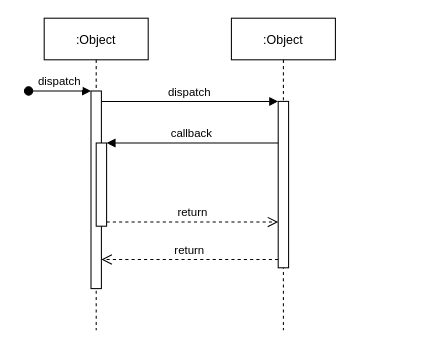
tongtongtongtong/lucifer2 keeps this draw.io diagram as Untitled Diagram.drawio. Above is the earlier version. Source tidied: cells renumbered, new cells numbered last; positions are measured from the earlier drawing's top-left corner, leaving out a move shared by most shapes. Both pictures are drawn from the tidied source at 104%, with x=0, y=0 at pixel (28, 18).
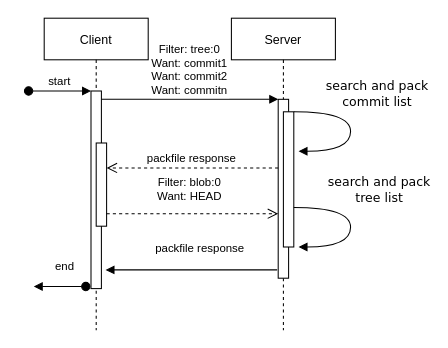
The same page after the edit.

The change refers to these unchanged cells:
```xml
<mxCell id="3" style="points=[];perimeter=orthogonalPerimeter;rounded=0;shadow=0;strokeWidth=1;" parent="2" vertex="1">
  <mxGeometry x="45" y="70" width="10" height="190" as="geometry" />
</mxCell>
<mxCell id="5" style="points=[];perimeter=orthogonalPerimeter;rounded=0;shadow=0;strokeWidth=1;" parent="2" vertex="1">
  <mxGeometry x="50" y="120" width="10" height="80" as="geometry" />
</mxCell>
```

What changed in the source:
```diff
@@
-    <mxCell id="2" value=":Object" style="shape=umlLifeline;perimeter=lifelinePerimeter;rounded=0;shadow=0;strokeWidth=1;" parent="1" vertex="1">
+    <mxCell id="2" value="Client" style="shape=umlLifeline;perimeter=lifelinePerimeter;rounded=0;shadow=0;strokeWidth=1;" parent="1" vertex="1">
       <mxGeometry x="15" width="100" height="300" as="geometry" />
     </mxCell>
@@
-    <mxCell id="4" value="dispatch" style="verticalAlign=bottom;startArrow=oval;endArrow=block;startSize=8;shadow=0;strokeWidth=1;" parent="2" edge="1" target="3">
+    <mxCell id="4" value="start" style="verticalAlign=bottom;startArrow=oval;endArrow=block;startSize=8;shadow=0;strokeWidth=1;" parent="2" edge="1" target="3">
       <mxGeometry relative="1" as="geometry">
         <mxPoint x="-15" y="70" as="sourcePoint" />
       </mxGeometry>
     </mxCell>
@@
-    <mxCell id="6" value=":Object" style="shape=umlLifeline;perimeter=lifelinePerimeter;rounded=0;shadow=0;strokeWidth=1;" parent="1" vertex="1">
+    <mxCell id="6" value="Server" style="shape=umlLifeline;perimeter=lifelinePerimeter;rounded=0;shadow=0;strokeWidth=1;" parent="1" vertex="1">
       <mxGeometry x="195" width="100" height="300" as="geometry" />
     </mxCell>
     <mxCell id="7" style="points=[];perimeter=orthogonalPerimeter;rounded=0;shadow=0;strokeWidth=1;" parent="6" vertex="1">
-      <mxGeometry x="45" y="80" width="10" height="160" as="geometry" />
+      <mxGeometry x="45" y="78" width="10" height="172" as="geometry" />
     </mxCell>
-    <mxCell id="8" value="return" style="verticalAlign=bottom;endArrow=open;dashed=1;endSize=8;exitX=0;exitY=0.95;shadow=0;strokeWidth=1;" parent="1" edge="1" source="7" target="3">
-      <mxGeometry relative="1" as="geometry" />
+    <mxCell id="8" value="packfile response" style="verticalAlign=bottom;endArrow=open;dashed=1;endSize=8;shadow=0;strokeWidth=1;" parent="1" edge="1">
+      <mxGeometry relative="1" as="geometry">
+        <mxPoint x="240" y="144" as="sourcePoint" />
+        <mxPoint x="75" y="144" as="targetPoint" />
+        <Array as="points">
+          <mxPoint x="205" y="144" />
+        </Array>
+      </mxGeometry>
     </mxCell>
-    <mxCell id="9" value="dispatch" style="verticalAlign=bottom;endArrow=block;entryX=0;entryY=0;shadow=0;strokeWidth=1;" parent="1" edge="1" source="3" target="7">
+    <mxCell id="9" value="Filter: tree:0&#10;Want: commit1&#10;Want: commit2&#10;Want: commitn" style="verticalAlign=bottom;endArrow=block;entryX=0;entryY=0;shadow=0;strokeWidth=1;" parent="1" edge="1" source="3" target="7">
       <mxGeometry relative="1" as="geometry" />
     </mxCell>
-    <mxCell id="10" value="callback" style="verticalAlign=bottom;endArrow=block;entryX=1;entryY=0;shadow=0;strokeWidth=1;" parent="1" edge="1" source="7" target="5">
-      <mxGeometry relative="1" as="geometry" />
-    </mxCell>
-    <mxCell id="11" value="return" style="verticalAlign=bottom;endArrow=open;dashed=1;endSize=8;exitX=1;exitY=0.95;shadow=0;strokeWidth=1;" parent="1" edge="1" source="5" target="7">
-      <mxGeometry relative="1" as="geometry" />
+    <mxCell id="11" value="Filter: blob:0&#10;Want: HEAD" style="verticalAlign=bottom;endArrow=open;dashed=1;endSize=8;exitX=1;exitY=0.95;shadow=0;strokeWidth=1;" parent="1" edge="1">
+      <mxGeometry x="-0.03" y="8" relative="1" as="geometry">
+        <mxPoint x="75" y="188" as="sourcePoint" />
+        <mxPoint x="240" y="188" as="targetPoint" />
+        <Array as="points">
+          <mxPoint x="145" y="188" />
+        </Array>
+      </mxGeometry>
     </mxCell>
+    <mxCell id="12" value="packfile response" style="verticalAlign=bottom;endArrow=block;entryX=1;entryY=0;shadow=0;strokeWidth=1;" parent="1" edge="1">
+      <mxGeometry x="-0.1" y="-12" relative="1" as="geometry">
+        <mxPoint x="239" y="242" as="sourcePoint" />
+        <mxPoint x="74" y="242" as="targetPoint" />
+        <Array as="points">
+          <mxPoint x="154" y="242" />
+        </Array>
+      </mxGeometry>
+    </mxCell>
+    <mxCell id="13" value="end" style="verticalAlign=bottom;startArrow=oval;endArrow=block;startSize=8;shadow=0;strokeWidth=1;" parent="1" edge="1">
+      <mxGeometry x="-0.2" y="-10" relative="1" as="geometry">
+        <mxPoint x="55" y="258" as="sourcePoint" />
+        <mxPoint x="5" y="258" as="targetPoint" />
+      </mxGeometry>
+    </mxCell>
+    <mxCell id="14" style="perimeter=orthogonalPerimeter;rounded=0;shadow=0;strokeWidth=1;" parent="1" vertex="1">
+      <mxGeometry x="245" y="90" width="10" height="130" as="geometry" />
+    </mxCell>
+    <mxCell id="15" value="search and pack&lt;br&gt;commit list" style="html=1;verticalAlign=bottom;endArrow=block;labelBackgroundColor=none;fontFamily=Verdana;fontSize=12;elbow=vertical;edgeStyle=orthogonalEdgeStyle;curved=1;entryX=1;entryY=0.286;entryPerimeter=0;exitX=1.038;exitY=0.345;exitPerimeter=0;" parent="1" edge="1">
+      <mxGeometry x="-0.23" y="25" relative="1" as="geometry">
+        <mxPoint x="255" y="90" as="sourcePoint" />
+        <mxPoint x="259.6" y="127.9" as="targetPoint" />
+        <Array as="points">
+          <mxPoint x="309.6" y="89.9" />
+          <mxPoint x="309.6" y="127.9" />
+        </Array>
+      </mxGeometry>
+    </mxCell>
+    <mxCell id="16" value="search and pack&lt;br&gt;tree list" style="html=1;verticalAlign=bottom;endArrow=block;labelBackgroundColor=none;fontFamily=Verdana;fontSize=12;elbow=vertical;edgeStyle=orthogonalEdgeStyle;curved=1;entryX=1;entryY=0.286;entryPerimeter=0;exitX=1.038;exitY=0.345;exitPerimeter=0;" parent="1" edge="1">
+      <mxGeometry x="-0.23" y="27" relative="1" as="geometry">
+        <mxPoint x="255" y="182.1" as="sourcePoint" />
+        <mxPoint x="259.6" y="220" as="targetPoint" />
+        <Array as="points">
+          <mxPoint x="309.6" y="182" />
+          <mxPoint x="309.6" y="220" />
+        </Array>
+      </mxGeometry>
+    </mxCell>
```
